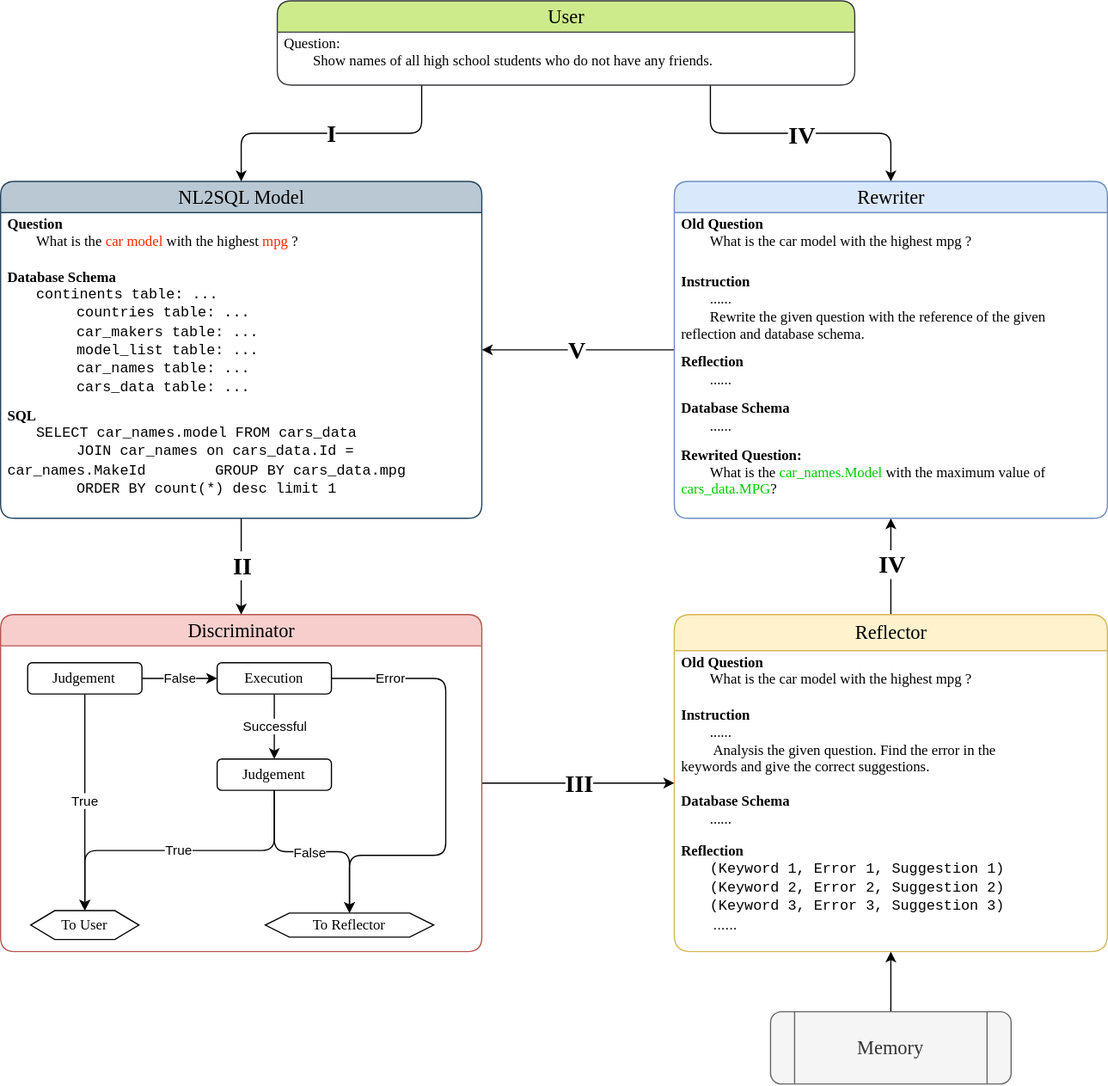
Earlier version of the draw.io export rewriter_agents_v240513.drawio.svg (MPX0222/Research-Design-Space). Source tidied: cells renumbered, new cells last; positions are measured from the earlier drawing's top-left corner, leaving out a move shared by most shapes.
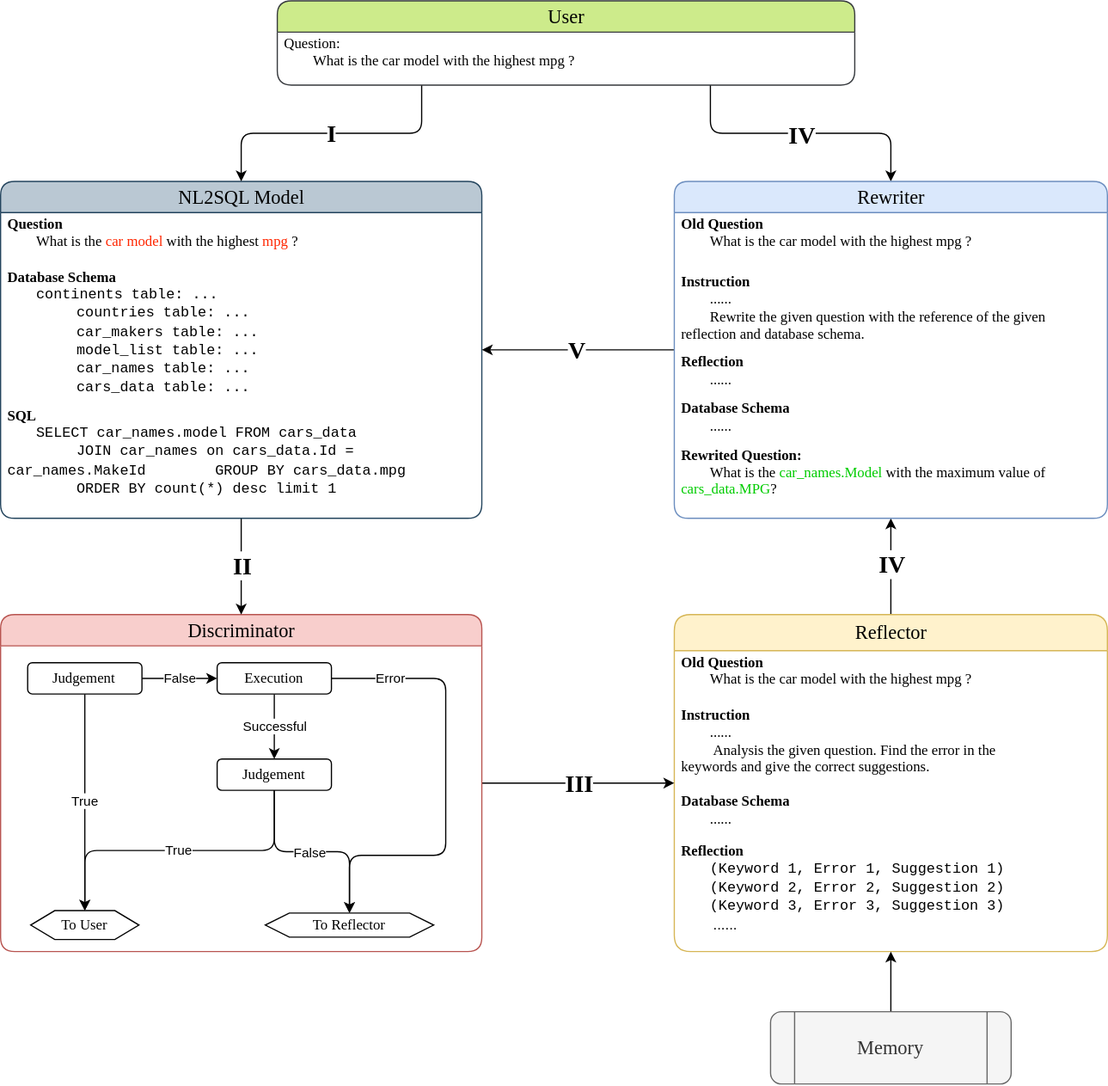
After the change.

Diff of the diagram source:
```diff
@@ -125,7 +125,7 @@
     <mxCell id="39" value="&lt;font style=&quot;font-size: 16px;&quot;&gt;User&lt;/font&gt;" style="swimlane;html=1;fontStyle=0;horizontal=1;startSize=26;fillColor=#cdeb8b;swimlaneFillColor=#ffffff;align=center;rounded=1;shadow=0;comic=0;labelBackgroundColor=none;strokeWidth=1;fontFamily=Verdana;fontSize=12;strokeColor=#36393d;" parent="1" vertex="1">
       <mxGeometry x="230" width="480" height="70" as="geometry" />
     </mxCell>
-    <mxCell id="40" value="&lt;font face=&quot;Verdana&quot;&gt;Question:&amp;nbsp;&lt;/font&gt;&lt;div&gt;&lt;font face=&quot;BVNRE3tisAN5x1x_slKI&quot;&gt;&lt;span style=&quot;white-space: pre;&quot;&gt;&#9;&lt;/span&gt;&lt;/font&gt;&lt;font face=&quot;Comic Sans MS&quot;&gt;Show names of all high school students who do not have any friends.&lt;/font&gt;&lt;/div&gt;&lt;div&gt;&lt;font face=&quot;43FSdq3nDN5QIkgUAHD0&quot;&gt;&lt;br&gt;&lt;/font&gt;&lt;/div&gt;&lt;div&gt;&lt;br&gt;&lt;/div&gt;&lt;div&gt;&lt;font face=&quot;BVNRE3tisAN5x1x_slKI&quot;&gt;&lt;br&gt;&lt;/font&gt;&lt;/div&gt;&lt;div&gt;&lt;br&gt;&lt;/div&gt;" style="text;strokeColor=none;fillColor=none;align=left;verticalAlign=middle;spacingLeft=4;spacingRight=4;overflow=hidden;whiteSpace=wrap;html=1;rounded=1;" parent="39" vertex="1">
+    <mxCell id="40" value="&lt;font face=&quot;Verdana&quot;&gt;Question:&amp;nbsp;&lt;/font&gt;&lt;div&gt;&lt;font face=&quot;BVNRE3tisAN5x1x_slKI&quot;&gt;&lt;span style=&quot;white-space: pre;&quot;&gt;&#9;&lt;/span&gt;&lt;/font&gt;&lt;span style=&quot;font-family: &amp;quot;Comic Sans MS&amp;quot;;&quot;&gt;What is the&amp;nbsp;&lt;/span&gt;&lt;font style=&quot;font-family: &amp;quot;Comic Sans MS&amp;quot;;&quot;&gt;car model&lt;/font&gt;&lt;span style=&quot;font-family: &amp;quot;Comic Sans MS&amp;quot;;&quot;&gt;&amp;nbsp;with the highest&amp;nbsp;&lt;/span&gt;&lt;font style=&quot;font-family: &amp;quot;Comic Sans MS&amp;quot;;&quot;&gt;mpg&lt;/font&gt;&lt;span style=&quot;font-family: &amp;quot;Comic Sans MS&amp;quot;;&quot;&gt;&amp;nbsp;?&lt;/span&gt;&lt;/div&gt;&lt;div&gt;&lt;font face=&quot;43FSdq3nDN5QIkgUAHD0&quot;&gt;&lt;br&gt;&lt;/font&gt;&lt;/div&gt;&lt;div&gt;&lt;br&gt;&lt;/div&gt;&lt;div&gt;&lt;font face=&quot;BVNRE3tisAN5x1x_slKI&quot;&gt;&lt;br&gt;&lt;/font&gt;&lt;/div&gt;&lt;div&gt;&lt;br&gt;&lt;/div&gt;" style="text;strokeColor=none;fillColor=none;align=left;verticalAlign=middle;spacingLeft=4;spacingRight=4;overflow=hidden;whiteSpace=wrap;html=1;rounded=1;" parent="39" vertex="1">
       <mxGeometry y="26" width="480" height="44" as="geometry" />
     </mxCell>
     <mxCell id="41" style="edgeStyle=orthogonalEdgeStyle;rounded=1;jettySize=auto;html=1;exitX=0;exitY=0.5;exitDx=0;exitDy=0;entryX=1;entryY=0.5;entryDx=0;entryDy=0;" parent="1" edge="1" source="43" target="31">
```
